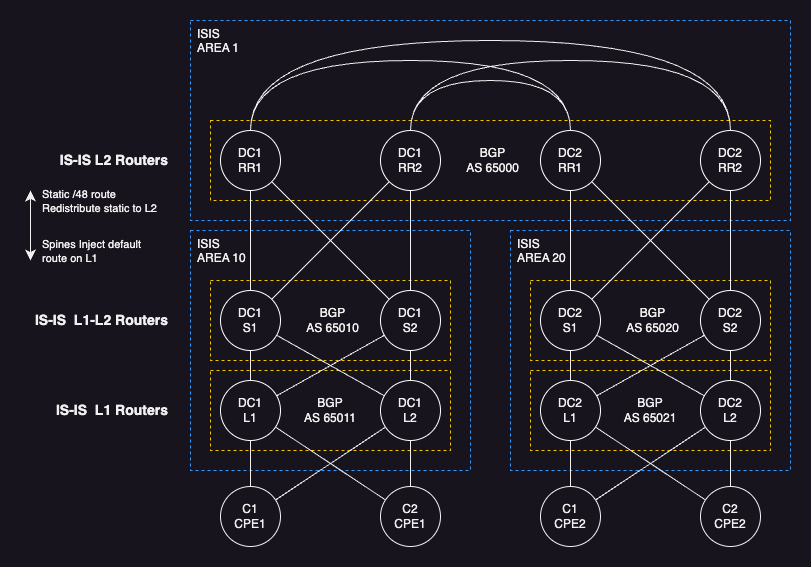
Earlier version of the draw.io export dci03/dci03_draft.drawio.png (Daxx13/containerlab-topologies). Source tidied: cells renumbered, new cells last; positions are measured from the earlier drawing's top-left corner, leaving out a move shared by most shapes. Source of this version:
```xml
<mxGraphModel>
  <root>
    <mxCell id="0" />
    <mxCell id="1" parent="0" />
    <mxCell id="2" value="ISIS&lt;br&gt;&lt;span style=&quot;&quot;&gt;AREA 1&lt;/span&gt;" style="whiteSpace=wrap;html=1;fillColor=none;dashed=1;verticalAlign=top;fontStyle=0;strokeColor=#3399ff;align=left;spacingLeft=5;" parent="1" vertex="1">
      <mxGeometry x="160" width="600" height="200" as="geometry" />
    </mxCell>
    <mxCell id="3" value="BGP&lt;br&gt;AS 65000" style="whiteSpace=wrap;html=1;fillColor=none;dashed=1;verticalAlign=middle;strokeColor=#F5C400;align=center;spacingLeft=5;" parent="1" vertex="1">
      <mxGeometry x="180" y="100" width="560" height="80" as="geometry" />
    </mxCell>
    <mxCell id="4" value="ISIS&lt;br&gt;AREA 20" style="whiteSpace=wrap;html=1;fillColor=none;dashed=1;verticalAlign=top;strokeColor=#3399FF;align=left;spacingLeft=5;" parent="1" vertex="1">
      <mxGeometry x="480" y="210" width="280" height="240" as="geometry" />
    </mxCell>
    <mxCell id="5" value="ISIS&lt;br&gt;AREA 10" style="whiteSpace=wrap;html=1;fillColor=none;dashed=1;verticalAlign=top;strokeColor=#3399FF;align=left;spacingLeft=5;" parent="1" vertex="1">
      <mxGeometry x="160" y="210" width="280" height="240" as="geometry" />
    </mxCell>
    <mxCell id="6" value="BGP&lt;br&gt;AS 65010" style="whiteSpace=wrap;html=1;fillColor=none;dashed=1;verticalAlign=middle;strokeColor=#F5C400;align=center;spacingLeft=5;" parent="1" vertex="1">
      <mxGeometry x="180" y="260" width="240" height="80" as="geometry" />
    </mxCell>
    <mxCell id="7" value="BGP&lt;br&gt;AS 65021" style="whiteSpace=wrap;html=1;fillColor=none;dashed=1;verticalAlign=middle;strokeColor=#F5C400;align=center;" parent="1" vertex="1">
      <mxGeometry x="500" y="350" width="240" height="80" as="geometry" />
    </mxCell>
    <mxCell id="8" value="BGP&lt;br&gt;AS 65011" style="whiteSpace=wrap;html=1;fillColor=none;dashed=1;verticalAlign=middle;strokeColor=#F5C400;align=center;" parent="1" vertex="1">
      <mxGeometry x="180" y="350" width="240" height="80" as="geometry" />
    </mxCell>
    <mxCell id="9" value="BGP&lt;br&gt;AS 65020" style="whiteSpace=wrap;html=1;fillColor=none;dashed=1;verticalAlign=middle;strokeColor=#F5C400;align=center;spacingLeft=5;" parent="1" vertex="1">
      <mxGeometry x="500" y="260" width="240" height="80" as="geometry" />
    </mxCell>
    <mxCell id="10" style="edgeStyle=orthogonalEdgeStyle;rounded=0;jettySize=auto;html=1;curved=1;endArrow=none;endFill=0;" parent="1" edge="1" source="11" target="13">
      <mxGeometry relative="1" as="geometry">
        <Array as="points">
          <mxPoint x="220" y="40" />
          <mxPoint x="540" y="40" />
        </Array>
      </mxGeometry>
    </mxCell>
    <mxCell id="11" value="DC1&lt;br&gt;RR1" style="ellipse;whiteSpace=wrap;html=1;gradientColor=none;strokeColor=#ffffff;" parent="1" vertex="1">
      <mxGeometry x="190" y="110" width="60" height="60" as="geometry" />
    </mxCell>
    <mxCell id="12" value="DC1&lt;br&gt;RR2" style="ellipse;whiteSpace=wrap;html=1;gradientColor=none;strokeColor=#ffffff;" parent="1" vertex="1">
      <mxGeometry x="350" y="110" width="60" height="60" as="geometry" />
    </mxCell>
    <mxCell id="13" value="DC2&lt;br&gt;RR1" style="ellipse;whiteSpace=wrap;html=1;gradientColor=none;strokeColor=#ffffff;" parent="1" vertex="1">
      <mxGeometry x="510" y="110" width="60" height="60" as="geometry" />
    </mxCell>
    <mxCell id="14" value="DC2&lt;br&gt;RR2" style="ellipse;whiteSpace=wrap;html=1;gradientColor=none;strokeColor=#ffffff;" parent="1" vertex="1">
      <mxGeometry x="670" y="110" width="60" height="60" as="geometry" />
    </mxCell>
    <mxCell id="15" style="edgeStyle=orthogonalEdgeStyle;rounded=0;jettySize=auto;html=1;curved=1;endArrow=none;endFill=0;exitX=0.5;exitY=0;exitDx=0;exitDy=0;" parent="1" edge="1" source="11" target="14">
      <mxGeometry relative="1" as="geometry">
        <Array as="points">
          <mxPoint x="220" y="20" />
          <mxPoint x="700" y="20" />
        </Array>
      </mxGeometry>
    </mxCell>
    <mxCell id="16" style="edgeStyle=orthogonalEdgeStyle;rounded=0;jettySize=auto;html=1;curved=1;endArrow=none;endFill=0;entryX=0.5;entryY=0;entryDx=0;entryDy=0;" parent="1" edge="1" source="12" target="13">
      <mxGeometry relative="1" as="geometry">
        <Array as="points">
          <mxPoint x="380" y="60" />
          <mxPoint x="540" y="60" />
        </Array>
      </mxGeometry>
    </mxCell>
    <mxCell id="17" style="edgeStyle=orthogonalEdgeStyle;rounded=0;jettySize=auto;html=1;curved=1;endArrow=none;endFill=0;" parent="1" edge="1" source="12" target="14">
      <mxGeometry relative="1" as="geometry">
        <Array as="points">
          <mxPoint x="380" y="40" />
          <mxPoint x="700" y="40" />
        </Array>
      </mxGeometry>
    </mxCell>
    <mxCell id="18" style="rounded=0;jettySize=auto;html=1;endArrow=none;endFill=0;" parent="1" edge="1" source="12" target="21">
      <mxGeometry relative="1" as="geometry" />
    </mxCell>
    <mxCell id="19" value="DC1&lt;br&gt;S1" style="ellipse;whiteSpace=wrap;html=1;gradientColor=none;strokeColor=#ffffff;" parent="1" vertex="1">
      <mxGeometry x="190" y="270" width="60" height="60" as="geometry" />
    </mxCell>
    <mxCell id="20" style="rounded=0;jettySize=auto;html=1;endArrow=none;endFill=0;" parent="1" edge="1" source="12" target="19">
      <mxGeometry relative="1" as="geometry" />
    </mxCell>
    <mxCell id="21" value="DC1&lt;br&gt;S2" style="ellipse;whiteSpace=wrap;html=1;gradientColor=none;strokeColor=#ffffff;" parent="1" vertex="1">
      <mxGeometry x="350" y="270" width="60" height="60" as="geometry" />
    </mxCell>
    <mxCell id="22" style="rounded=0;jettySize=auto;html=1;endArrow=none;endFill=0;" parent="1" edge="1" source="21" target="11">
      <mxGeometry relative="1" as="geometry" />
    </mxCell>
    <mxCell id="23" style="rounded=0;jettySize=auto;html=1;endArrow=none;endFill=0;" parent="1" edge="1" source="12" target="19">
      <mxGeometry relative="1" as="geometry" />
    </mxCell>
    <mxCell id="24" style="rounded=0;jettySize=auto;html=1;endArrow=none;endFill=0;" parent="1" edge="1" source="11" target="19">
      <mxGeometry relative="1" as="geometry" />
    </mxCell>
    <mxCell id="25" style="rounded=0;jettySize=auto;html=1;endArrow=none;endFill=0;" parent="1" edge="1" source="14" target="27">
      <mxGeometry relative="1" as="geometry" />
    </mxCell>
    <mxCell id="26" value="DC2&lt;br&gt;S1" style="ellipse;whiteSpace=wrap;html=1;gradientColor=none;strokeColor=#ffffff;" parent="1" vertex="1">
      <mxGeometry x="510" y="270" width="60" height="60" as="geometry" />
    </mxCell>
    <mxCell id="27" value="DC2&lt;br&gt;S2" style="ellipse;whiteSpace=wrap;html=1;gradientColor=none;strokeColor=#ffffff;" parent="1" vertex="1">
      <mxGeometry x="670" y="270" width="60" height="60" as="geometry" />
    </mxCell>
    <mxCell id="28" style="rounded=0;jettySize=auto;html=1;endArrow=none;endFill=0;" parent="1" edge="1" source="27" target="13">
      <mxGeometry relative="1" as="geometry" />
    </mxCell>
    <mxCell id="29" style="rounded=0;jettySize=auto;html=1;endArrow=none;endFill=0;" parent="1" edge="1" source="14" target="26">
      <mxGeometry relative="1" as="geometry" />
    </mxCell>
    <mxCell id="30" style="rounded=0;jettySize=auto;html=1;endArrow=none;endFill=0;" parent="1" edge="1" source="13" target="26">
      <mxGeometry relative="1" as="geometry" />
    </mxCell>
    <mxCell id="31" value="DC1&lt;br&gt;L1" style="ellipse;whiteSpace=wrap;html=1;strokeColor=#ffffff;" parent="1" vertex="1">
      <mxGeometry x="190" y="360" width="60" height="60" as="geometry" />
    </mxCell>
    <mxCell id="32" value="DC1&lt;br&gt;L2" style="ellipse;whiteSpace=wrap;html=1;strokeColor=#ffffff;" parent="1" vertex="1">
      <mxGeometry x="350" y="360" width="60" height="60" as="geometry" />
    </mxCell>
    <mxCell id="33" value="C1&lt;br&gt;CPE1" style="ellipse;whiteSpace=wrap;html=1;" parent="1" vertex="1">
      <mxGeometry x="190" y="466" width="60" height="60" as="geometry" />
    </mxCell>
    <mxCell id="34" value="C2&lt;br&gt;CPE1" style="ellipse;whiteSpace=wrap;html=1;" parent="1" vertex="1">
      <mxGeometry x="350" y="466" width="60" height="60" as="geometry" />
    </mxCell>
    <mxCell id="35" value="DC2&lt;br&gt;L1" style="ellipse;whiteSpace=wrap;html=1;strokeColor=#ffffff;" parent="1" vertex="1">
      <mxGeometry x="510" y="360" width="60" height="60" as="geometry" />
    </mxCell>
    <mxCell id="36" value="C1&lt;br&gt;CPE2" style="ellipse;whiteSpace=wrap;html=1;" parent="1" vertex="1">
      <mxGeometry x="510" y="466" width="60" height="60" as="geometry" />
    </mxCell>
    <mxCell id="37" value="C2&lt;br&gt;CPE2" style="ellipse;whiteSpace=wrap;html=1;" parent="1" vertex="1">
      <mxGeometry x="670" y="466" width="60" height="60" as="geometry" />
    </mxCell>
    <mxCell id="38" style="rounded=0;jettySize=auto;html=1;endArrow=none;endFill=0;" parent="1" edge="1" source="19" target="31">
      <mxGeometry relative="1" as="geometry" />
    </mxCell>
    <mxCell id="39" style="rounded=0;jettySize=auto;html=1;endArrow=none;endFill=0;" parent="1" edge="1" source="21" target="31">
      <mxGeometry relative="1" as="geometry" />
    </mxCell>
    <mxCell id="40" style="rounded=0;jettySize=auto;html=1;endArrow=none;endFill=0;" parent="1" edge="1" source="19" target="32">
      <mxGeometry relative="1" as="geometry" />
    </mxCell>
    <mxCell id="41" style="rounded=0;jettySize=auto;html=1;endArrow=none;endFill=0;" parent="1" edge="1" source="21" target="32">
      <mxGeometry relative="1" as="geometry" />
    </mxCell>
    <mxCell id="42" style="rounded=0;jettySize=auto;html=1;endArrow=none;endFill=0;" parent="1" edge="1" source="31" target="33">
      <mxGeometry relative="1" as="geometry" />
    </mxCell>
    <mxCell id="43" style="rounded=0;jettySize=auto;html=1;endArrow=none;endFill=0;" parent="1" edge="1" source="31" target="34">
      <mxGeometry relative="1" as="geometry" />
    </mxCell>
    <mxCell id="44" style="rounded=0;jettySize=auto;html=1;endArrow=none;endFill=0;" parent="1" edge="1" source="32" target="33">
      <mxGeometry relative="1" as="geometry" />
    </mxCell>
    <mxCell id="45" style="rounded=0;jettySize=auto;html=1;endArrow=none;endFill=0;" parent="1" edge="1" source="32" target="34">
      <mxGeometry relative="1" as="geometry" />
    </mxCell>
    <mxCell id="46" style="rounded=0;jettySize=auto;html=1;endArrow=none;endFill=0;" parent="1" edge="1" source="26" target="35">
      <mxGeometry relative="1" as="geometry" />
    </mxCell>
    <mxCell id="47" style="rounded=0;jettySize=auto;html=1;endArrow=none;endFill=0;" parent="1" edge="1" source="26" target="55">
      <mxGeometry relative="1" as="geometry" />
    </mxCell>
    <mxCell id="48" style="rounded=0;jettySize=auto;html=1;endArrow=none;endFill=0;" parent="1" edge="1" source="35" target="36">
      <mxGeometry relative="1" as="geometry" />
    </mxCell>
    <mxCell id="49" style="rounded=0;jettySize=auto;html=1;endArrow=none;endFill=0;" parent="1" edge="1" source="55" target="37">
      <mxGeometry relative="1" as="geometry" />
    </mxCell>
    <mxCell id="50" style="rounded=0;jettySize=auto;html=1;endArrow=none;endFill=0;" parent="1" edge="1" source="27" target="35">
      <mxGeometry relative="1" as="geometry" />
    </mxCell>
    <mxCell id="51" style="rounded=0;jettySize=auto;html=1;endArrow=none;endFill=0;" parent="1" edge="1" source="27" target="55">
      <mxGeometry relative="1" as="geometry" />
    </mxCell>
    <mxCell id="52" style="rounded=0;jettySize=auto;html=1;endArrow=none;endFill=0;" parent="1" edge="1" source="55" target="36">
      <mxGeometry relative="1" as="geometry" />
    </mxCell>
    <mxCell id="53" style="rounded=0;jettySize=auto;html=1;endArrow=none;endFill=0;" parent="1" edge="1" source="55" target="37">
      <mxGeometry relative="1" as="geometry" />
    </mxCell>
    <mxCell id="54" style="rounded=0;jettySize=auto;html=1;endArrow=none;endFill=0;" parent="1" edge="1" source="35" target="37">
      <mxGeometry relative="1" as="geometry" />
    </mxCell>
    <mxCell id="55" value="DC2&lt;br&gt;L2" style="ellipse;whiteSpace=wrap;html=1;strokeColor=#ffffff;" parent="1" vertex="1">
      <mxGeometry x="670" y="360" width="60" height="60" as="geometry" />
    </mxCell>
    <mxCell id="56" value="IS-IS L2 Routers" style="whiteSpace=wrap;html=1;labelBorderColor=none;fillColor=none;strokeColor=none;align=right;fontSize=14;fontStyle=1;" parent="1" vertex="1">
      <mxGeometry y="120" width="140" height="40" as="geometry" />
    </mxCell>
    <mxCell id="57" value="IS-IS&amp;nbsp; L1-L2 Routers" style="whiteSpace=wrap;html=1;labelBorderColor=none;fillColor=none;strokeColor=none;align=right;fontSize=14;fontStyle=1;" parent="1" vertex="1">
      <mxGeometry y="280" width="140" height="40" as="geometry" />
    </mxCell>
    <mxCell id="58" value="IS-IS&amp;nbsp; L1 Routers" style="whiteSpace=wrap;html=1;labelBorderColor=none;fillColor=none;strokeColor=none;align=right;fontSize=14;fontStyle=1;" parent="1" vertex="1">
      <mxGeometry y="370" width="140" height="40" as="geometry" />
    </mxCell>
    <mxCell id="59" style="edgeStyle=none;orthogonalLoop=1;jettySize=auto;html=1;endArrow=classic;startArrow=classic;endSize=8;startSize=8;rounded=0;" parent="1" edge="1">
      <mxGeometry relative="1" as="geometry">
        <mxPoint y="170" as="sourcePoint" />
        <mxPoint y="240" as="targetPoint" />
      </mxGeometry>
    </mxCell>
    <mxCell id="60" value="Static /48 route&lt;br style=&quot;&quot;&gt;&lt;span style=&quot;&quot;&gt;Redistribute static to L2&lt;/span&gt;" style="edgeLabel;html=1;align=left;verticalAlign=middle;" parent="59" vertex="1">
      <mxGeometry x="-0.42" y="-1" relative="1" as="geometry">
        <mxPoint x="11" y="-10" as="offset" />
      </mxGeometry>
    </mxCell>
    <mxCell id="61" value="Spines Inject default&lt;br&gt;route on L1" style="edgeLabel;html=1;align=left;verticalAlign=middle;" parent="59" vertex="1">
      <mxGeometry x="0.37" relative="1" as="geometry">
        <mxPoint x="10" y="12" as="offset" />
      </mxGeometry>
    </mxCell>
  </root>
</mxGraphModel>
```
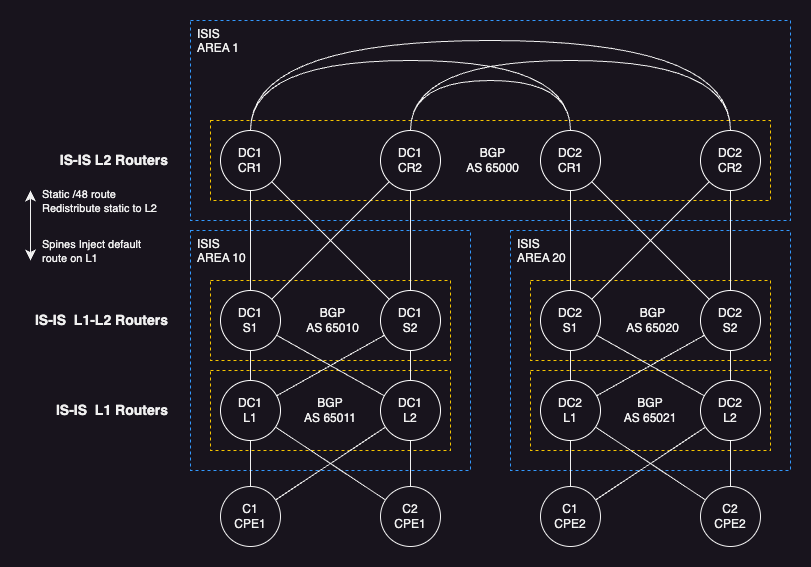
Later version of the same file.

Change to the diagram source:
```diff
@@ -34,16 +34,16 @@
         </Array>
       </mxGeometry>
     </mxCell>
-    <mxCell id="11" value="DC1&lt;br&gt;RR1" style="ellipse;whiteSpace=wrap;html=1;gradientColor=none;strokeColor=#ffffff;" parent="1" vertex="1">
+    <mxCell id="11" value="DC1&lt;br&gt;CR1" style="ellipse;whiteSpace=wrap;html=1;gradientColor=none;strokeColor=#ffffff;" parent="1" vertex="1">
       <mxGeometry x="190" y="110" width="60" height="60" as="geometry" />
     </mxCell>
-    <mxCell id="12" value="DC1&lt;br&gt;RR2" style="ellipse;whiteSpace=wrap;html=1;gradientColor=none;strokeColor=#ffffff;" parent="1" vertex="1">
+    <mxCell id="12" value="DC1&lt;br&gt;CR2" style="ellipse;whiteSpace=wrap;html=1;gradientColor=none;strokeColor=#ffffff;" parent="1" vertex="1">
       <mxGeometry x="350" y="110" width="60" height="60" as="geometry" />
     </mxCell>
-    <mxCell id="13" value="DC2&lt;br&gt;RR1" style="ellipse;whiteSpace=wrap;html=1;gradientColor=none;strokeColor=#ffffff;" parent="1" vertex="1">
+    <mxCell id="13" value="DC2&lt;br&gt;CR1" style="ellipse;whiteSpace=wrap;html=1;gradientColor=none;strokeColor=#ffffff;" parent="1" vertex="1">
       <mxGeometry x="510" y="110" width="60" height="60" as="geometry" />
     </mxCell>
-    <mxCell id="14" value="DC2&lt;br&gt;RR2" style="ellipse;whiteSpace=wrap;html=1;gradientColor=none;strokeColor=#ffffff;" parent="1" vertex="1">
+    <mxCell id="14" value="DC2&lt;br&gt;CR2" style="ellipse;whiteSpace=wrap;html=1;gradientColor=none;strokeColor=#ffffff;" parent="1" vertex="1">
       <mxGeometry x="670" y="110" width="60" height="60" as="geometry" />
     </mxCell>
     <mxCell id="15" style="edgeStyle=orthogonalEdgeStyle;rounded=0;jettySize=auto;html=1;curved=1;endArrow=none;endFill=0;exitX=0.5;exitY=0;exitDx=0;exitDy=0;" parent="1" edge="1" source="11" target="14">
```
